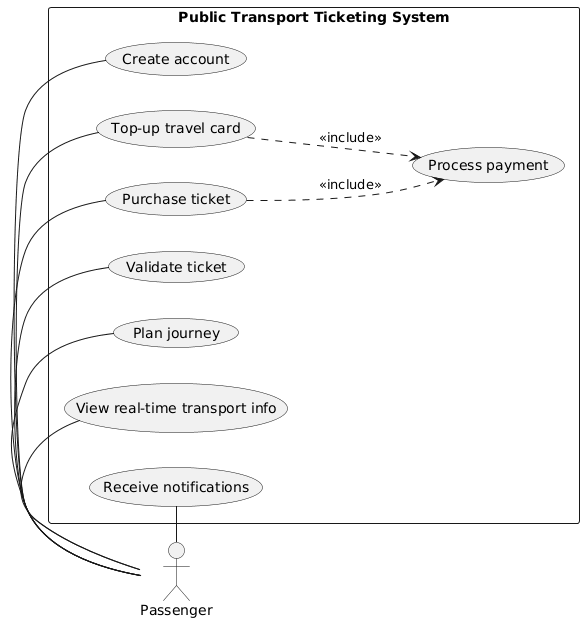
Above: docs/activity_1/bucd.png in frihetselsker/upb-sdm-project (PlantUML), before the change.
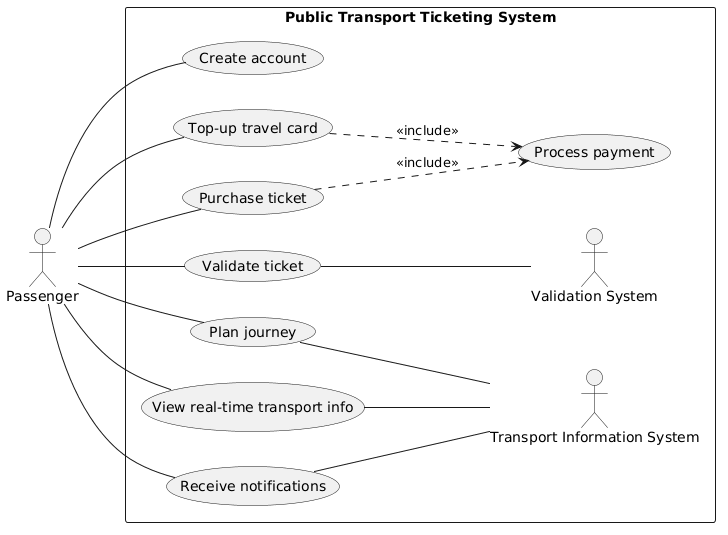
After the change.

Change to the diagram source:
```diff
@@ -1,27 +1,36 @@
 @startuml
 left to right direction
+
+:Passenger: as p
+
 
 rectangle "Public Transport Ticketing System" {
  usecase "Create account" as UC0
  usecase "Top-up travel card" as UC1
  usecase "Purchase ticket" as UC2
-
  usecase "Validate ticket" as UC5
  usecase "Plan journey" as UC6
  usecase "View real-time transport info" as UC7
  usecase "Receive notifications" as UC8
  usecase "Process payment" as UC9
+
+:Validation System: as VS
+:Transport Information System: as TIS
+
  UC2 ..> UC9 : <<include>>
  UC1 ..> UC9 : <<include>>
 }
 
-:Passenger: as p
+p -- UC0
+p -- UC1
+p -- UC2
+p -- UC5
+p -- UC6
+p -- UC7
+p -- UC8
 
-p - UC0
-p - UC1
-p - UC2
-p - UC5
-p - UC6
-p - UC7
-p - UC8
+UC5 -- VS
+UC6 -- TIS
+UC7 -- TIS
+UC8 -- TIS
 @enduml
```
